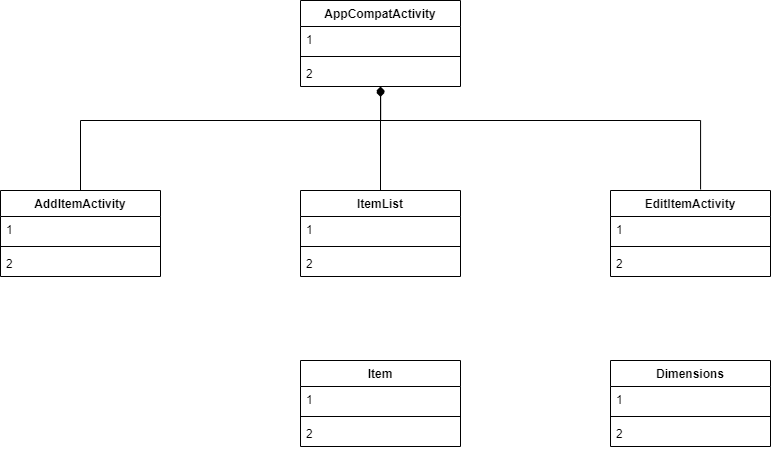
smitbmx/Architecture-Diagrams keeps this draw.io diagram as Class Diagrams/ApplicationBorrowedTemplateClassDiagram.png. Above is the earlier version. Source tidied: cells renumbered, new cells last; positions are measured from the earlier drawing's top-left corner, leaving out a move shared by most shapes. Source of this version:
```xml
<mxGraphModel>
  <root>
    <mxCell id="0" />
    <mxCell id="1" parent="0" />
    <mxCell id="2" value="AppCompatActivity" style="swimlane;fontStyle=1;align=center;verticalAlign=top;horizontal=1;startSize=26;" parent="1" vertex="1">
      <mxGeometry x="300" width="160" height="86" as="geometry" />
    </mxCell>
    <mxCell id="3" value="1" style="text;strokeColor=none;fillColor=none;align=left;verticalAlign=top;spacingLeft=4;spacingRight=4;overflow=hidden;" parent="2" vertex="1">
      <mxGeometry y="26" width="160" height="26" as="geometry" />
    </mxCell>
    <mxCell id="4" style="line;strokeWidth=1;fillColor=none;align=left;verticalAlign=middle;spacingTop=-1;spacingLeft=3;spacingRight=3;labelPosition=right;" parent="2" vertex="1">
      <mxGeometry y="52" width="160" height="8" as="geometry" />
    </mxCell>
    <mxCell id="5" value="2" style="text;strokeColor=none;fillColor=none;align=left;verticalAlign=top;spacingLeft=4;spacingRight=4;overflow=hidden;points=[[0,0.5],[1,0.5]];portConstraint=eastwest;" parent="2" vertex="1">
      <mxGeometry y="60" width="160" height="26" as="geometry" />
    </mxCell>
    <mxCell id="6" value="ItemList" style="swimlane;fontStyle=1;align=center;verticalAlign=top;horizontal=1;startSize=26;" parent="1" vertex="1">
      <mxGeometry x="300" y="190" width="160" height="86" as="geometry" />
    </mxCell>
    <mxCell id="7" value="1" style="text;strokeColor=none;fillColor=none;align=left;verticalAlign=top;spacingLeft=4;spacingRight=4;overflow=hidden;" parent="6" vertex="1">
      <mxGeometry y="26" width="160" height="26" as="geometry" />
    </mxCell>
    <mxCell id="8" style="line;strokeWidth=1;fillColor=none;align=left;verticalAlign=middle;spacingTop=-1;spacingLeft=3;spacingRight=3;labelPosition=right;" parent="6" vertex="1">
      <mxGeometry y="52" width="160" height="8" as="geometry" />
    </mxCell>
    <mxCell id="9" value="2" style="text;strokeColor=none;fillColor=none;align=left;verticalAlign=top;spacingLeft=4;spacingRight=4;overflow=hidden;" parent="6" vertex="1">
      <mxGeometry y="60" width="160" height="26" as="geometry" />
    </mxCell>
    <mxCell id="10" value="AddItemActivity" style="swimlane;fontStyle=1;align=center;verticalAlign=top;horizontal=1;startSize=26;" parent="1" vertex="1">
      <mxGeometry y="190" width="160" height="86" as="geometry" />
    </mxCell>
    <mxCell id="11" value="1" style="text;strokeColor=none;fillColor=none;align=left;verticalAlign=top;spacingLeft=4;spacingRight=4;overflow=hidden;" parent="10" vertex="1">
      <mxGeometry y="26" width="160" height="26" as="geometry" />
    </mxCell>
    <mxCell id="12" style="line;strokeWidth=1;fillColor=none;align=left;verticalAlign=middle;spacingTop=-1;spacingLeft=3;spacingRight=3;labelPosition=right;" parent="10" vertex="1">
      <mxGeometry y="52" width="160" height="8" as="geometry" />
    </mxCell>
    <mxCell id="13" value="2" style="text;strokeColor=none;fillColor=none;align=left;verticalAlign=top;spacingLeft=4;spacingRight=4;overflow=hidden;points=[[0,0.5],[1,0.5]];portConstraint=eastwest;" parent="10" vertex="1">
      <mxGeometry y="60" width="160" height="26" as="geometry" />
    </mxCell>
    <mxCell id="14" value="EditItemActivity" style="swimlane;fontStyle=1;align=center;verticalAlign=top;horizontal=1;startSize=26;" parent="1" vertex="1">
      <mxGeometry x="610" y="190" width="160" height="86" as="geometry" />
    </mxCell>
    <mxCell id="15" value="1" style="text;strokeColor=none;fillColor=none;align=left;verticalAlign=top;spacingLeft=4;spacingRight=4;overflow=hidden;" parent="14" vertex="1">
      <mxGeometry y="26" width="160" height="26" as="geometry" />
    </mxCell>
    <mxCell id="16" style="line;strokeWidth=1;fillColor=none;align=left;verticalAlign=middle;spacingTop=-1;spacingLeft=3;spacingRight=3;labelPosition=right;" parent="14" vertex="1">
      <mxGeometry y="52" width="160" height="8" as="geometry" />
    </mxCell>
    <mxCell id="17" value="2" style="text;strokeColor=none;fillColor=none;align=left;verticalAlign=top;spacingLeft=4;spacingRight=4;overflow=hidden;" parent="14" vertex="1">
      <mxGeometry y="60" width="160" height="26" as="geometry" />
    </mxCell>
    <mxCell id="18" value="Item" style="swimlane;fontStyle=1;align=center;verticalAlign=top;horizontal=1;startSize=26;" parent="1" vertex="1">
      <mxGeometry x="300" y="360" width="160" height="86" as="geometry" />
    </mxCell>
    <mxCell id="19" value="1" style="text;strokeColor=none;fillColor=none;align=left;verticalAlign=top;spacingLeft=4;spacingRight=4;overflow=hidden;points=[[0,0.5],[1,0.5]];portConstraint=eastwest;" parent="18" vertex="1">
      <mxGeometry y="26" width="160" height="26" as="geometry" />
    </mxCell>
    <mxCell id="20" style="line;strokeWidth=1;fillColor=none;align=left;verticalAlign=middle;spacingTop=-1;spacingLeft=3;spacingRight=3;labelPosition=right;" parent="18" vertex="1">
      <mxGeometry y="52" width="160" height="8" as="geometry" />
    </mxCell>
    <mxCell id="21" value="2" style="text;strokeColor=none;fillColor=none;align=left;verticalAlign=top;spacingLeft=4;spacingRight=4;overflow=hidden;" parent="18" vertex="1">
      <mxGeometry y="60" width="160" height="26" as="geometry" />
    </mxCell>
    <mxCell id="22" value="Dimensions" style="swimlane;fontStyle=1;align=center;verticalAlign=top;horizontal=1;startSize=26;" parent="1" vertex="1">
      <mxGeometry x="610" y="360" width="160" height="86" as="geometry" />
    </mxCell>
    <mxCell id="23" value="1" style="text;strokeColor=none;fillColor=none;align=left;verticalAlign=top;spacingLeft=4;spacingRight=4;overflow=hidden;" parent="22" vertex="1">
      <mxGeometry y="26" width="160" height="26" as="geometry" />
    </mxCell>
    <mxCell id="24" style="line;strokeWidth=1;fillColor=none;align=left;verticalAlign=middle;spacingTop=-1;spacingLeft=3;spacingRight=3;labelPosition=right;" parent="22" vertex="1">
      <mxGeometry y="52" width="160" height="8" as="geometry" />
    </mxCell>
    <mxCell id="25" value="2" style="text;strokeColor=none;fillColor=none;align=left;verticalAlign=top;spacingLeft=4;spacingRight=4;overflow=hidden;points=[[0,0.5],[1,0.5]];portConstraint=eastwest;" parent="22" vertex="1">
      <mxGeometry y="60" width="160" height="26" as="geometry" />
    </mxCell>
    <mxCell id="26" style="endArrow=diamond;html=1;exitX=0.5;exitY=0;exitDx=0;exitDy=0;endFill=1;" parent="1" edge="1" source="6" target="5">
      <mxGeometry relative="1" as="geometry" />
    </mxCell>
    <mxCell id="27" style="endArrow=diamond;html=1;entryX=0.5;entryY=1.077;entryDx=0;entryDy=0;entryPerimeter=0;exitX=0.5;exitY=0;exitDx=0;exitDy=0;edgeStyle=orthogonalEdgeStyle;rounded=0;endFill=1;" parent="1" edge="1" source="10" target="5">
      <mxGeometry relative="1" as="geometry">
        <Array as="points">
          <mxPoint x="80" y="120" />
          <mxPoint x="380" y="120" />
        </Array>
      </mxGeometry>
    </mxCell>
    <mxCell id="28" style="endArrow=diamond;html=1;exitX=0.563;exitY=-0.012;exitDx=0;exitDy=0;exitPerimeter=0;edgeStyle=orthogonalEdgeStyle;entryX=0.501;entryY=1.029;entryDx=0;entryDy=0;entryPerimeter=0;rounded=0;endFill=1;" parent="1" edge="1" source="14" target="5">
      <mxGeometry relative="1" as="geometry">
        <Array as="points">
          <mxPoint x="700" y="120" />
          <mxPoint x="380" y="120" />
        </Array>
      </mxGeometry>
    </mxCell>
  </root>
</mxGraphModel>
```
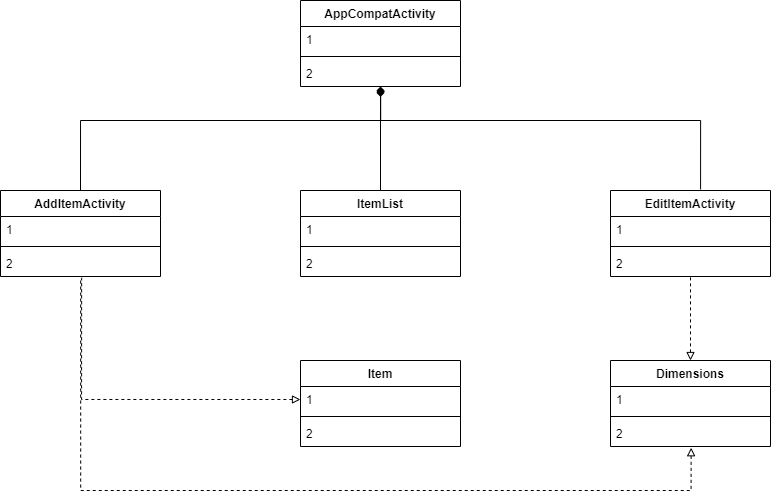
After the commit.

Change to the diagram source:
```diff
@@ -93,5 +93,23 @@
         </Array>
       </mxGeometry>
     </mxCell>
+    <mxCell id="29" style="endArrow=none;dashed=1;html=1;exitX=0;exitY=0.5;exitDx=0;exitDy=0;entryX=0.507;entryY=1.048;entryDx=0;entryDy=0;entryPerimeter=0;edgeStyle=orthogonalEdgeStyle;rounded=0;startArrow=block;startFill=0;" parent="1" edge="1" source="19" target="13">
+      <mxGeometry relative="1" as="geometry">
+        <Array as="points">
+          <mxPoint x="81" y="399" />
+        </Array>
+      </mxGeometry>
+    </mxCell>
+    <mxCell id="30" style="endArrow=none;dashed=1;html=1;entryX=0.501;entryY=1.066;entryDx=0;entryDy=0;entryPerimeter=0;exitX=0.504;exitY=1.048;exitDx=0;exitDy=0;exitPerimeter=0;edgeStyle=orthogonalEdgeStyle;rounded=0;startArrow=block;startFill=0;" parent="1" edge="1" source="25" target="13">
+      <mxGeometry relative="1" as="geometry">
+        <Array as="points">
+          <mxPoint x="691" y="490" />
+          <mxPoint x="80" y="490" />
+        </Array>
+      </mxGeometry>
+    </mxCell>
+    <mxCell id="31" style="endArrow=none;dashed=1;html=1;entryX=0.5;entryY=1;entryDx=0;entryDy=0;exitX=0.5;exitY=0;exitDx=0;exitDy=0;startArrow=block;startFill=0;" parent="1" edge="1" source="22" target="14">
+      <mxGeometry relative="1" as="geometry" />
+    </mxCell>
   </root>
 </mxGraphModel>
```
